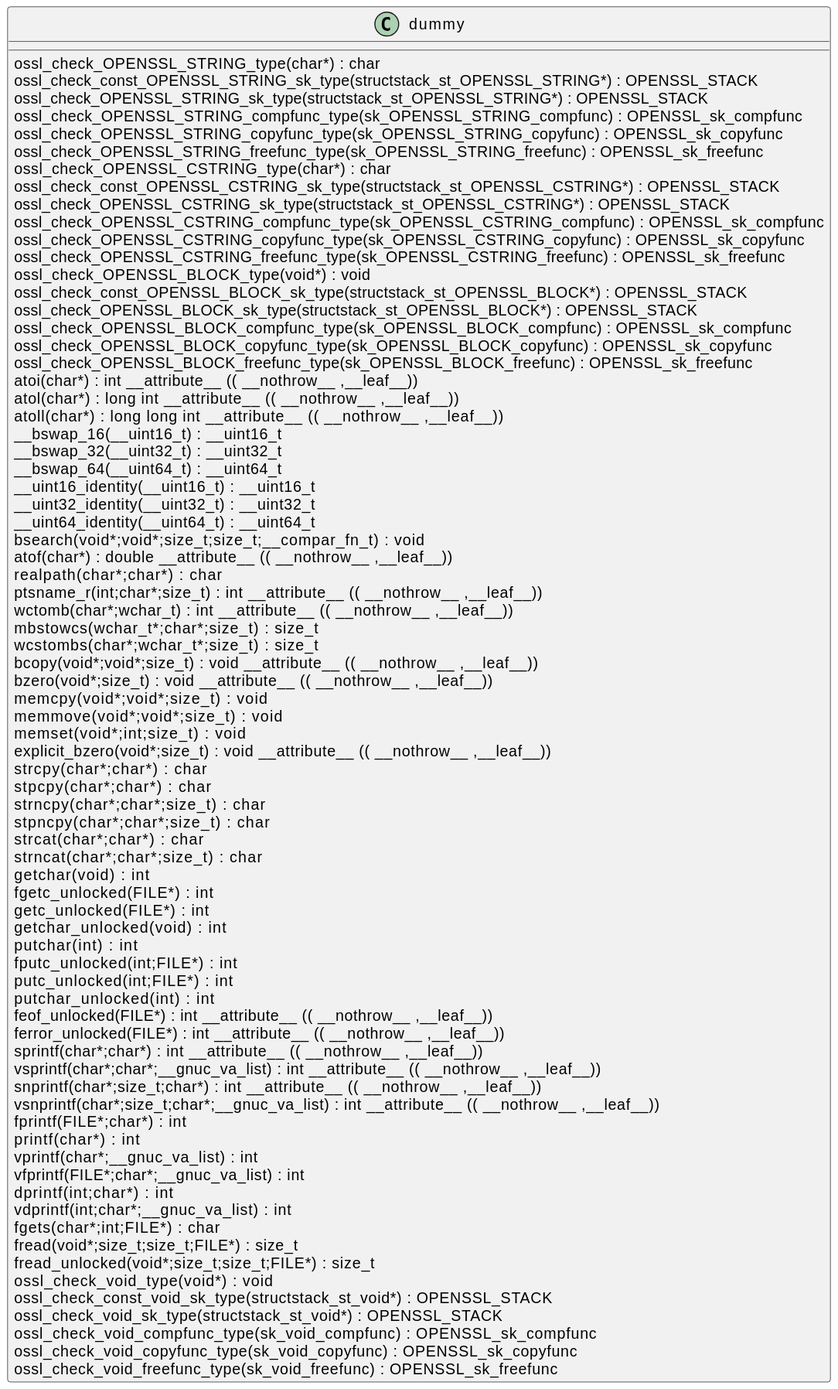
qualitesys/openssl keeps this PlantUML diagram as docs/qc/crypto/context.c.svg. Above is the earlier version.
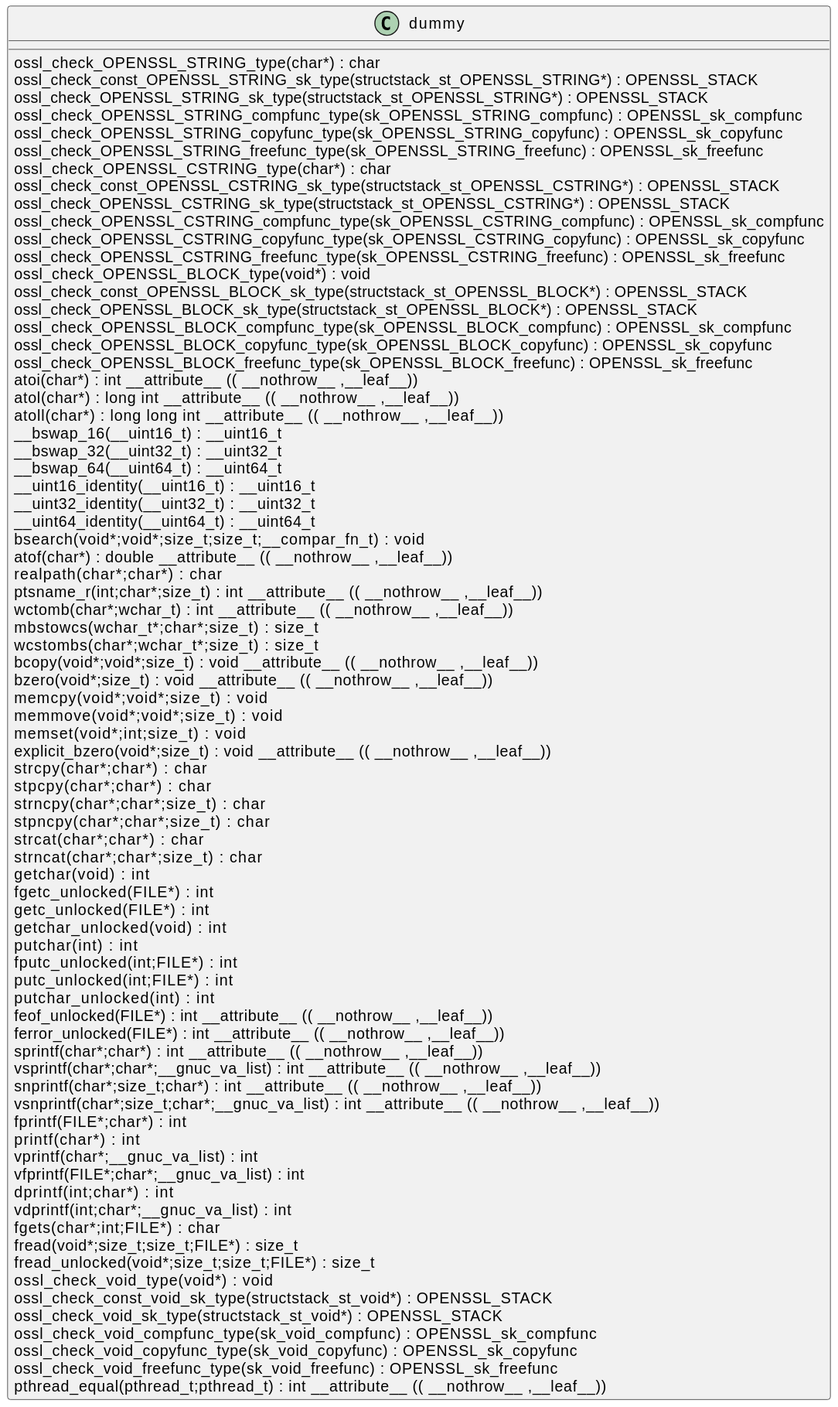
The same diagram one commit later.

The edit, as a diff of the source:
```diff
@@ -76,5 +76,6 @@
 ossl_check_void_compfunc_type(sk_void_compfunc) : OPENSSL_sk_compfunc [[[./../.././qc/crypto/context.c.html#1]]]
 ossl_check_void_copyfunc_type(sk_void_copyfunc) : OPENSSL_sk_copyfunc [[[./../.././qc/crypto/context.c.html#1]]]
 ossl_check_void_freefunc_type(sk_void_freefunc) : OPENSSL_sk_freefunc [[[./../.././qc/crypto/context.c.html#1]]]
+pthread_equal(pthread_t;pthread_t) :  int  __attribute__ (( __nothrow__ ,__leaf__)) [[[./../.././qc/crypto/context.c.html#1]]]
 }
 @enduml
```
